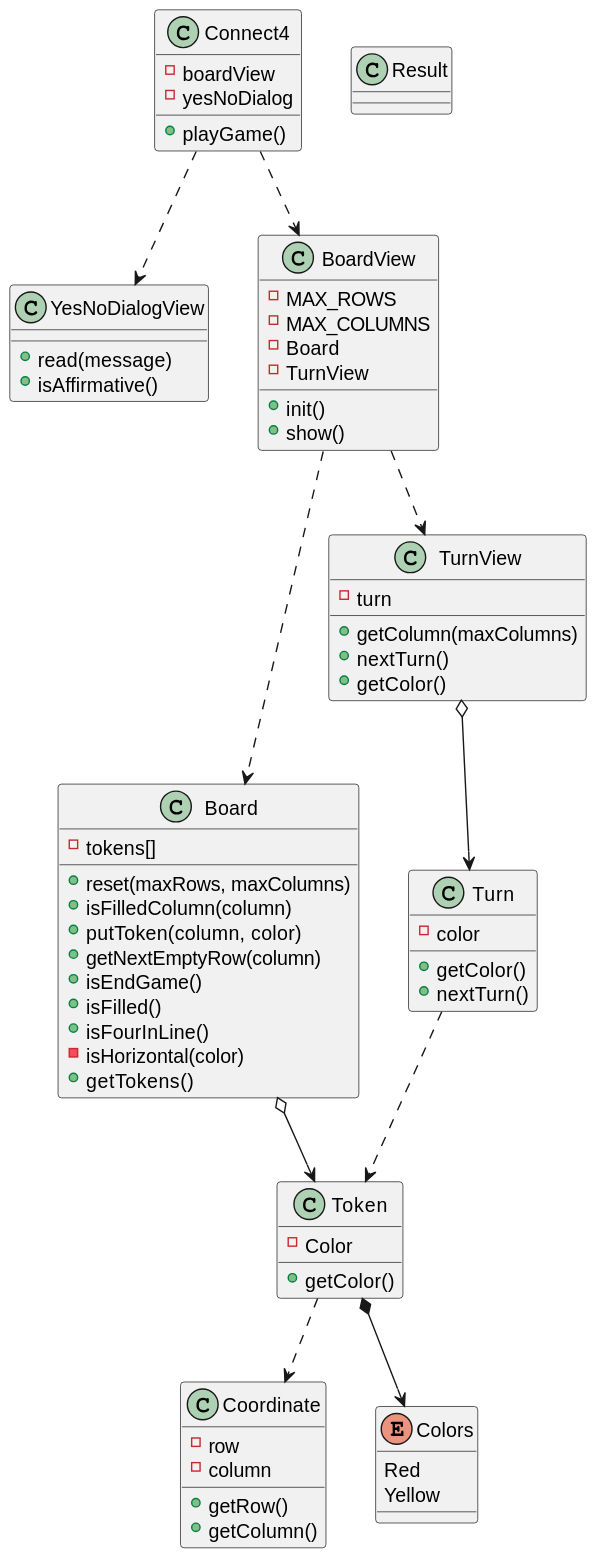
This is out/UML/softwareModel/softwareModel.svg from jumpering/connect4, a PlantUML export, as it was before one commit.
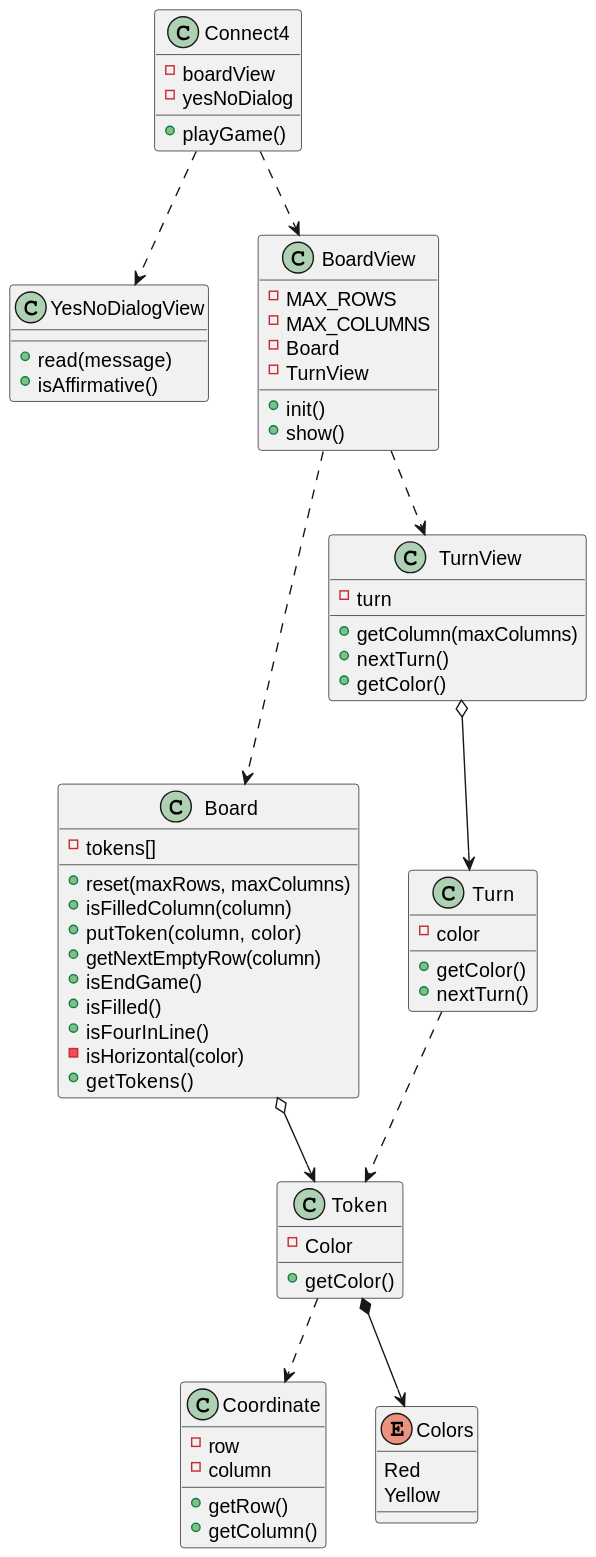
After the commit.

The edit, as a diff of the source:
```diff
@@ -52,8 +52,6 @@
     + nextTurn()
 }
 
-class Result
-
 enum Colors{
 Red
 Yellow
```
